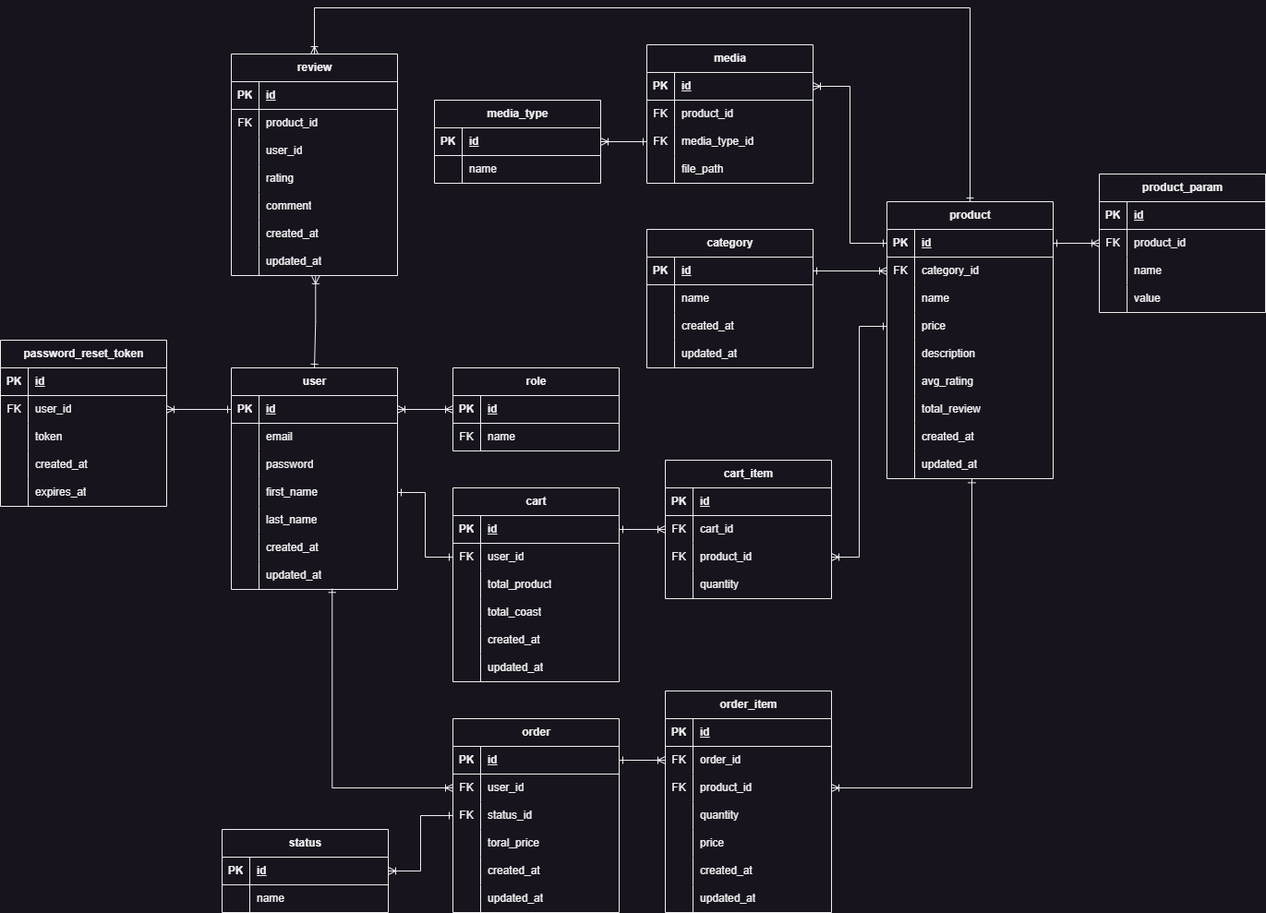
Before: docs/db/uml_DB_black.png, a diagram exported from draw.io (Deonniss/GusliStore). Source tidied: cells renumbered, new cells last; positions are measured from the earlier drawing's top-left corner, leaving out a move shared by most shapes.
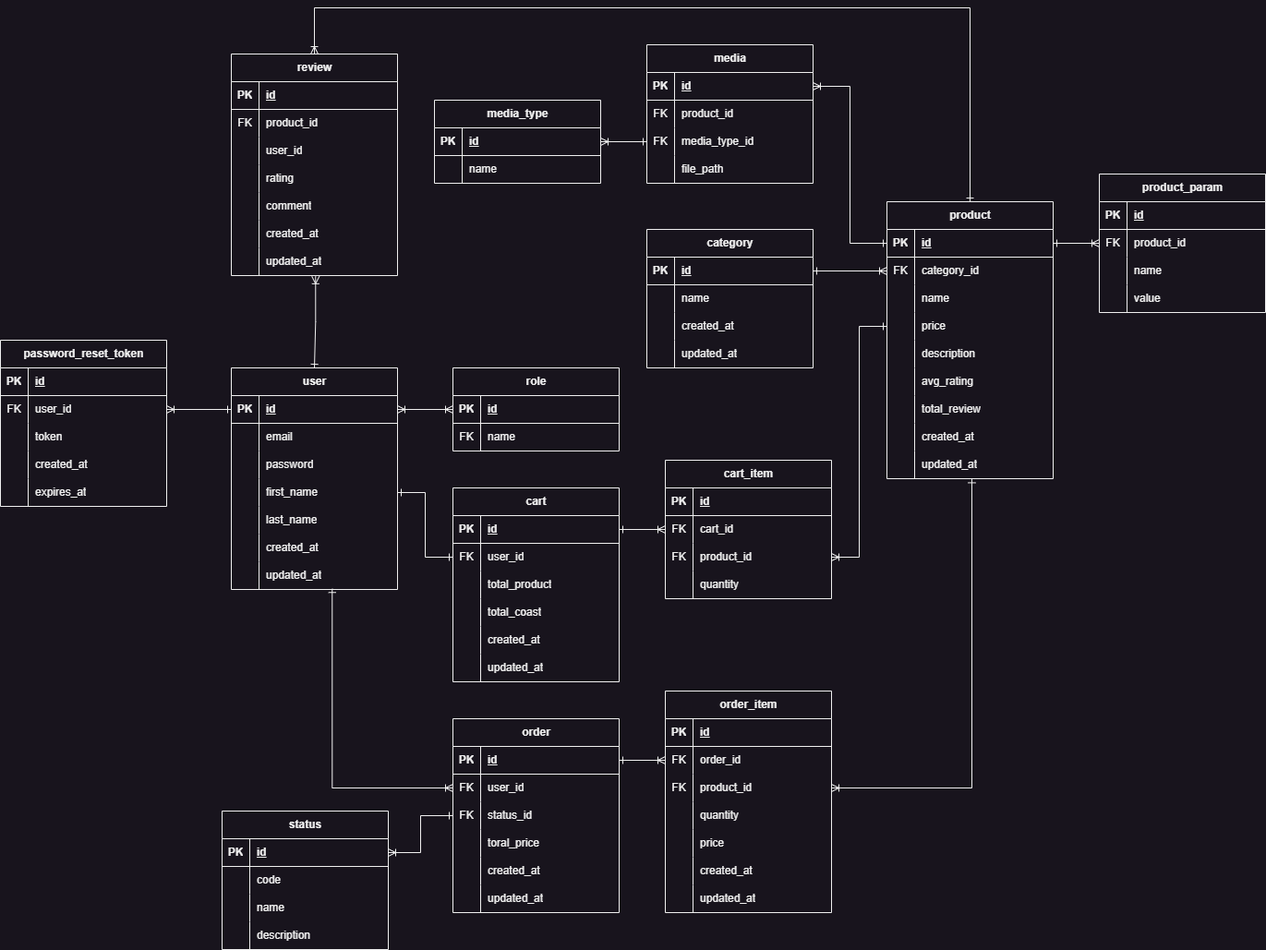
After the change.

What changed in the source:
```diff
@@ -615,7 +615,7 @@
       <mxGeometry relative="1" as="geometry" />
     </mxCell>
     <mxCell id="206" value="status" style="shape=table;startSize=30;rowLines=0;fontStyle=1;align=center;html=1;" parent="1" vertex="1">
-      <mxGeometry x="240" y="890" width="180" height="90" as="geometry" />
+      <mxGeometry x="240" y="870" width="180" height="150" as="geometry" />
     </mxCell>
     <mxCell id="207" style="shape=tableRow;horizontal=0;startSize=0;swimlaneHead=0;swimlaneBody=0;fillColor=none;points=[[0,0.5],[1,0.5]];portConstraint=eastwest;top=0;left=0;right=0;bottom=1;" parent="206" vertex="1">
       <mxGeometry y="30" width="180" height="30" as="geometry" />
@@ -632,9 +632,27 @@
     <mxCell id="211" style="shape=partialRectangle;fillColor=none;top=0;left=0;bottom=0;right=0;overflow=hidden;whiteSpace=wrap;html=1;" parent="210" vertex="1">
       <mxGeometry width="30" height="30" as="geometry" />
     </mxCell>
-    <mxCell id="212" value="name" style="shape=partialRectangle;fillColor=none;top=0;left=0;bottom=0;right=0;align=left;spacingLeft=6;overflow=hidden;whiteSpace=wrap;html=1;" parent="210" vertex="1">
+    <mxCell id="212" value="code" style="shape=partialRectangle;fillColor=none;top=0;left=0;bottom=0;right=0;align=left;spacingLeft=6;overflow=hidden;whiteSpace=wrap;html=1;" parent="210" vertex="1">
       <mxGeometry x="30" width="150" height="30" as="geometry" />
     </mxCell>
+    <mxCell id="238" style="shape=tableRow;horizontal=0;startSize=0;swimlaneHead=0;swimlaneBody=0;fillColor=none;top=0;left=0;right=0;bottom=0;" parent="206" vertex="1">
+      <mxGeometry y="90" width="180" height="30" as="geometry" />
+    </mxCell>
+    <mxCell id="239" style="shape=partialRectangle;fillColor=none;top=0;left=0;bottom=0;right=0;overflow=hidden;whiteSpace=wrap;html=1;" parent="238" vertex="1">
+      <mxGeometry width="30" height="30" as="geometry" />
+    </mxCell>
+    <mxCell id="240" value="name" style="shape=partialRectangle;fillColor=none;top=0;left=0;bottom=0;right=0;align=left;spacingLeft=6;overflow=hidden;whiteSpace=wrap;html=1;" parent="238" vertex="1">
+      <mxGeometry x="30" width="150" height="30" as="geometry" />
+    </mxCell>
+    <mxCell id="241" style="shape=tableRow;horizontal=0;startSize=0;swimlaneHead=0;swimlaneBody=0;fillColor=none;top=0;left=0;right=0;bottom=0;" parent="206" vertex="1">
+      <mxGeometry y="120" width="180" height="30" as="geometry" />
+    </mxCell>
+    <mxCell id="242" style="shape=partialRectangle;fillColor=none;top=0;left=0;bottom=0;right=0;overflow=hidden;whiteSpace=wrap;html=1;" parent="241" vertex="1">
+      <mxGeometry width="30" height="30" as="geometry" />
+    </mxCell>
+    <mxCell id="243" value="description" style="shape=partialRectangle;fillColor=none;top=0;left=0;bottom=0;right=0;align=left;spacingLeft=6;overflow=hidden;whiteSpace=wrap;html=1;" parent="241" vertex="1">
+      <mxGeometry x="30" width="150" height="30" as="geometry" />
+    </mxCell>
     <mxCell id="213" style="edgeStyle=orthogonalEdgeStyle;rounded=0;jettySize=auto;html=1;endArrow=ERone;endFill=0;startArrow=ERoneToMany;startFill=0;exitX=1;exitY=0.5;exitDx=0;exitDy=0;" parent="1" edge="1" source="207" target="169">
       <mxGeometry relative="1" as="geometry" />
     </mxCell>
```
